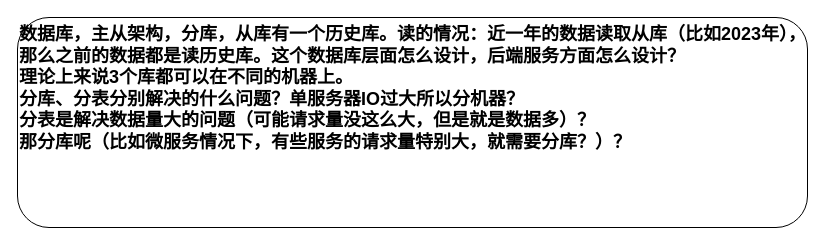
The draw.io diagram JAVA/数据库.drawio in KGwolf/MyDraw, before the edit. Source tidied: cells renumbered, new cells numbered last; positions are measured from the earlier drawing's top-left corner, leaving out a move shared by most shapes. Both pictures are drawn from the tidied source at 100%, with x=0, y=0 at pixel (17, 17).
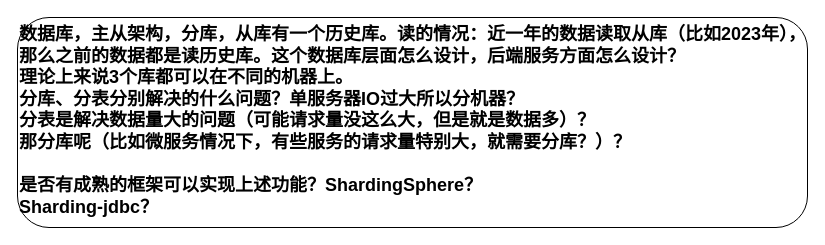
Above is the later version.

Commit message (it also covers changes not shown here):
更新数据库.drawio

Diff of the diagram source:
```diff
@@
 <mxGraphModel>
   <root>
     <mxCell id="0" />
     <mxCell id="1" parent="0" />
-    <mxCell id="2" value="&lt;b style=&quot;font-size: 18px;&quot;&gt;数据库，主从架构，分库，从库有一个历史库。读的情况：近一年的数据读取从库（比如2023年），那么之前的数据都是读历史库。这个数据库层面怎么设计，后端服务方面怎么设计？&lt;br&gt;理论上来说3个库都可以在不同的机器上。&lt;br&gt;分库、分表分别解决的什么问题？单服务器IO过大所以分机器？&lt;br&gt;分表是解决数据量大的问题（可能请求量没这么大，但是就是数据多）？&lt;br&gt;那分库呢（比如微服务情况下，有些服务的请求量特别大，就需要分库？）？&lt;/b&gt;" style="rounded=1;whiteSpace=wrap;html=1;align=left;verticalAlign=top;" parent="1" vertex="1">
+    <mxCell id="2" value="&lt;b style=&quot;font-size: 18px;&quot;&gt;数据库，主从架构，分库，从库有一个历史库。读的情况：近一年的数据读取从库（比如2023年），那么之前的数据都是读历史库。这个数据库层面怎么设计，后端服务方面怎么设计？&lt;br&gt;理论上来说3个库都可以在不同的机器上。&lt;br&gt;分库、分表分别解决的什么问题？单服务器IO过大所以分机器？&lt;br&gt;分表是解决数据量大的问题（可能请求量没这么大，但是就是数据多）？&lt;br&gt;那分库呢（比如微服务情况下，有些服务的请求量特别大，就需要分库？）？&lt;br&gt;&lt;br&gt;是否有成熟的框架可以实现上述功能？&lt;/b&gt;&lt;b&gt;&lt;font style=&quot;font-size: 18px;&quot;&gt;ShardingSphere？&lt;/font&gt;&lt;/b&gt;&lt;b style=&quot;font-size: 18px;&quot;&gt;&lt;br&gt;Sharding-jdbc？&lt;br&gt;&lt;/b&gt;" style="rounded=1;whiteSpace=wrap;html=1;align=left;verticalAlign=top;" parent="1" vertex="1">
       <mxGeometry width="790" height="210" as="geometry" />
     </mxCell>
   </root>
 </mxGraphModel>
```
